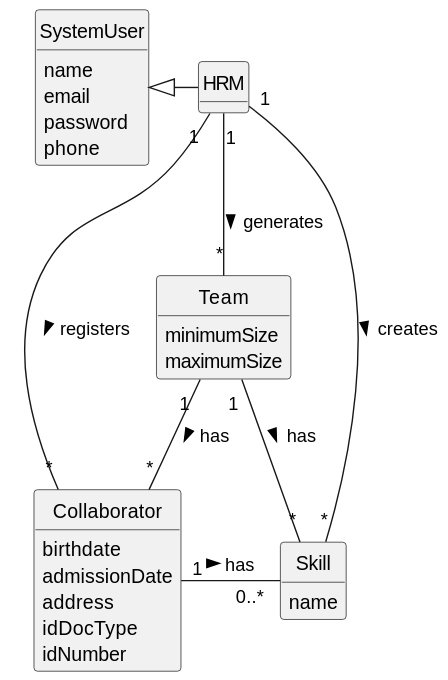
Above: docs/sprintB/us005/02.analysis/svg/us005-domain-model.svg in Departamento-de-Engenharia-Informatica/lei-24-s2-1do-g164 (PlantUML), before the change.
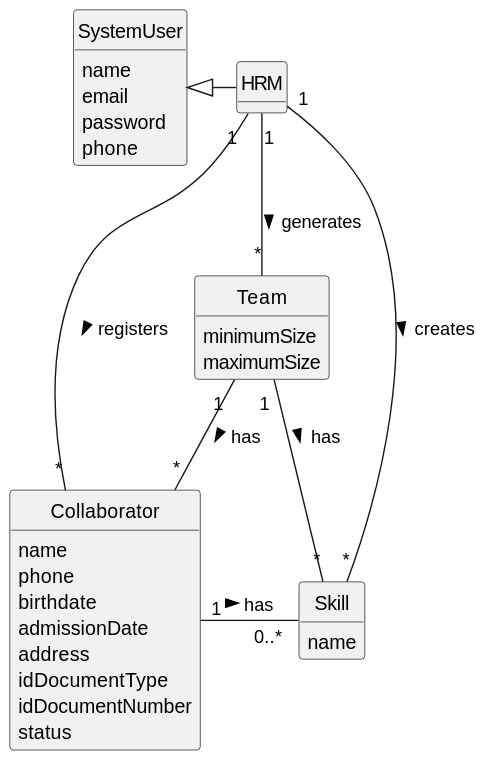
After the commit.

Diff of the diagram source:
```diff
@@ -22,12 +22,15 @@
 }
 
 class Collaborator {
-    birthdate
-    admissionDate
-    address
-    idDocType
-    idNumber
-}
+   name
+      phone
+      birthdate
+      admissionDate
+      address
+      idDocumentType
+      idDocumentNumber
+      status
+      }
 
 
 
```
